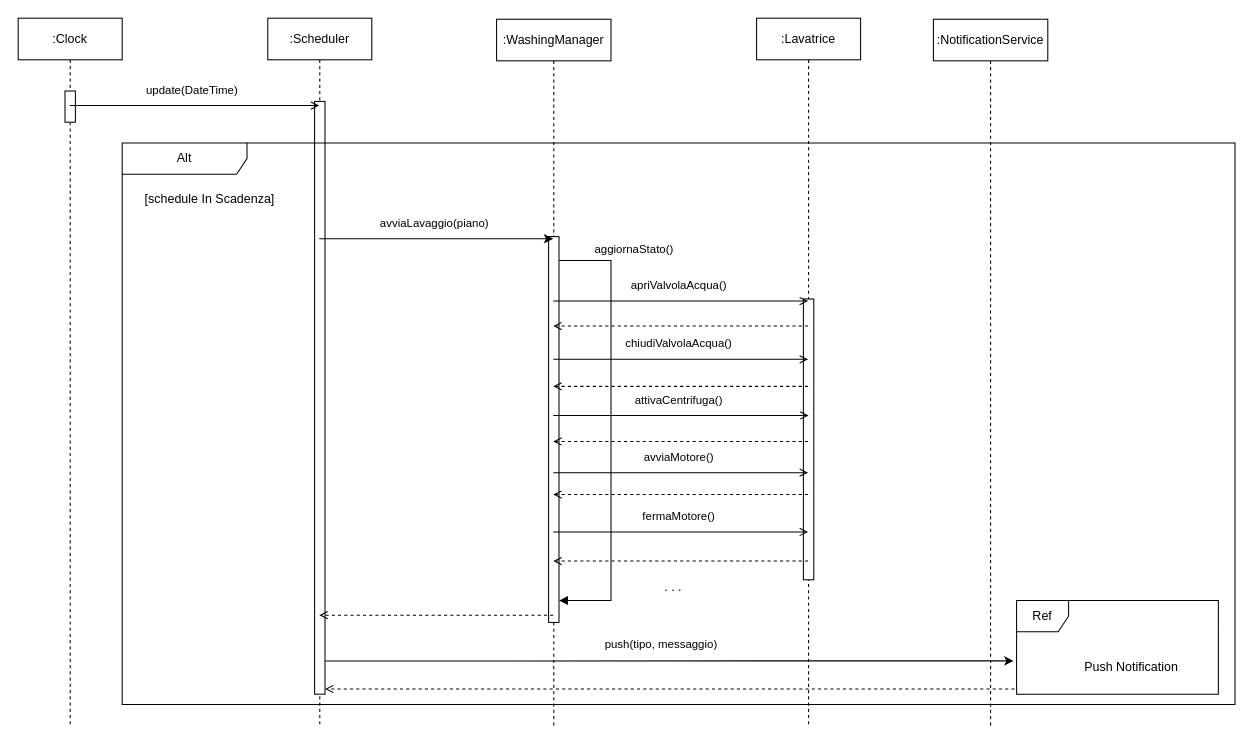
Above: content/seq/seqLavaggio.drawio in uni-aca100/ing-proj (draw.io), before the change. Source tidied: cells renumbered, new cells numbered last; positions are measured from the earlier drawing's top-left corner, leaving out a move shared by most shapes. Both pictures are drawn from the tidied source at 104%, with x=0, y=0 at pixel (18, 18).
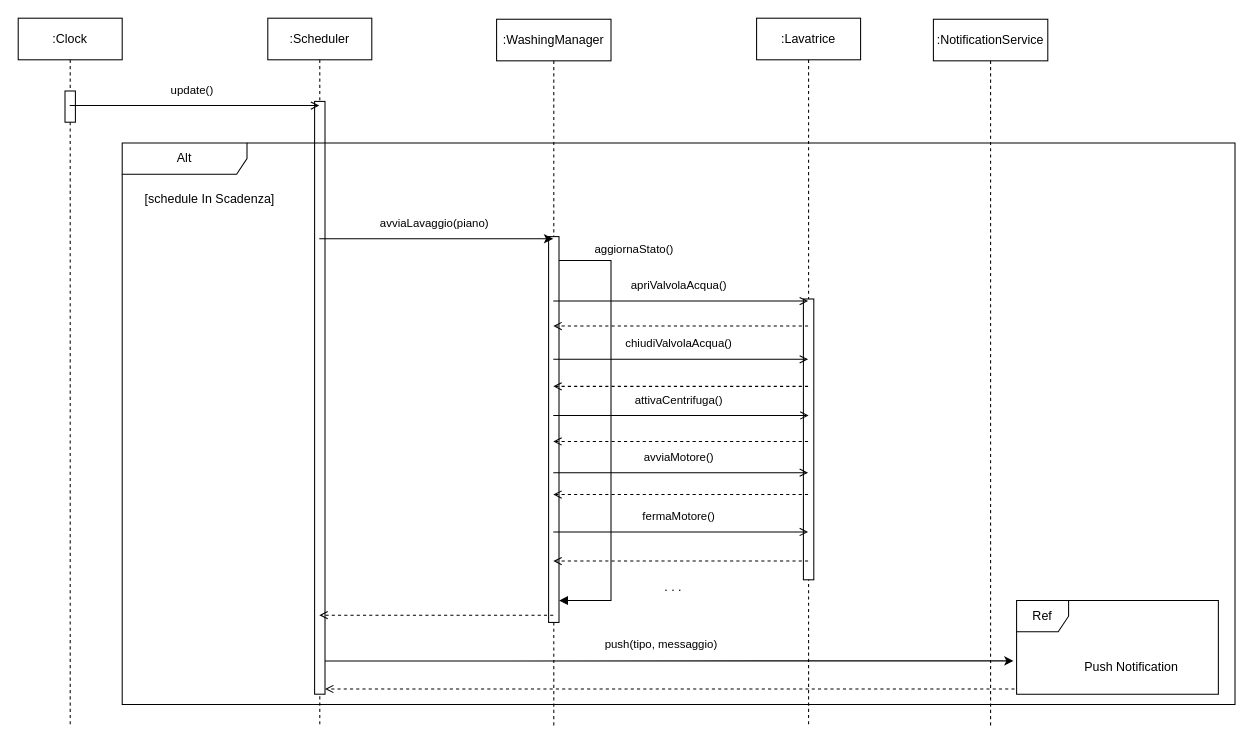
The same diagram, later.

Unchanged cells that the change refers to:
```xml
<mxCell id="9" style="html=1;verticalAlign=bottom;labelBackgroundColor=none;endArrow=open;endFill=0;rounded=0;" parent="1" edge="1">
  <mxGeometry relative="1" as="geometry">
    <mxPoint x="49.5" y="84" as="sourcePoint" />
    <mxPoint x="289.5" y="84" as="targetPoint" />
  </mxGeometry>
</mxCell>
```

What changed in the source:
```diff
@@
-    <mxCell id="10" value="update(DateTime)" style="edgeLabel;html=1;align=center;verticalAlign=middle;" parent="9" vertex="1">
+    <mxCell id="10" value="update()" style="edgeLabel;html=1;align=center;verticalAlign=middle;" parent="9" vertex="1">
       <mxGeometry x="-0.03" y="-2" relative="1" as="geometry">
         <mxPoint x="1" y="-18" as="offset" />
       </mxGeometry>
     </mxCell>
```
